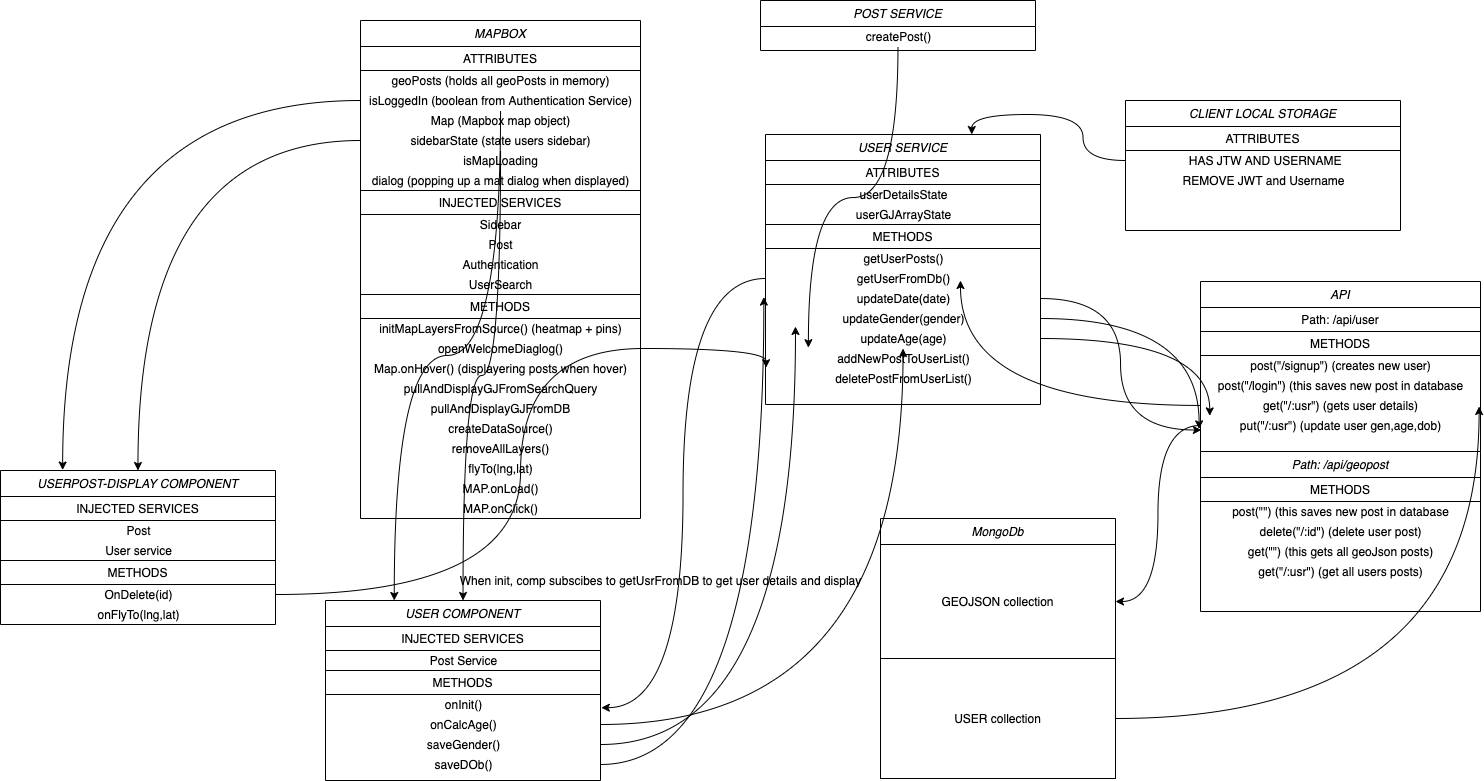
The draw.io diagram supporting_images/user.png in edysfy/Group_website, before a commit. Source tidied: cells renumbered, new cells last; positions are measured from the earlier drawing's top-left corner, leaving out a move shared by most shapes.
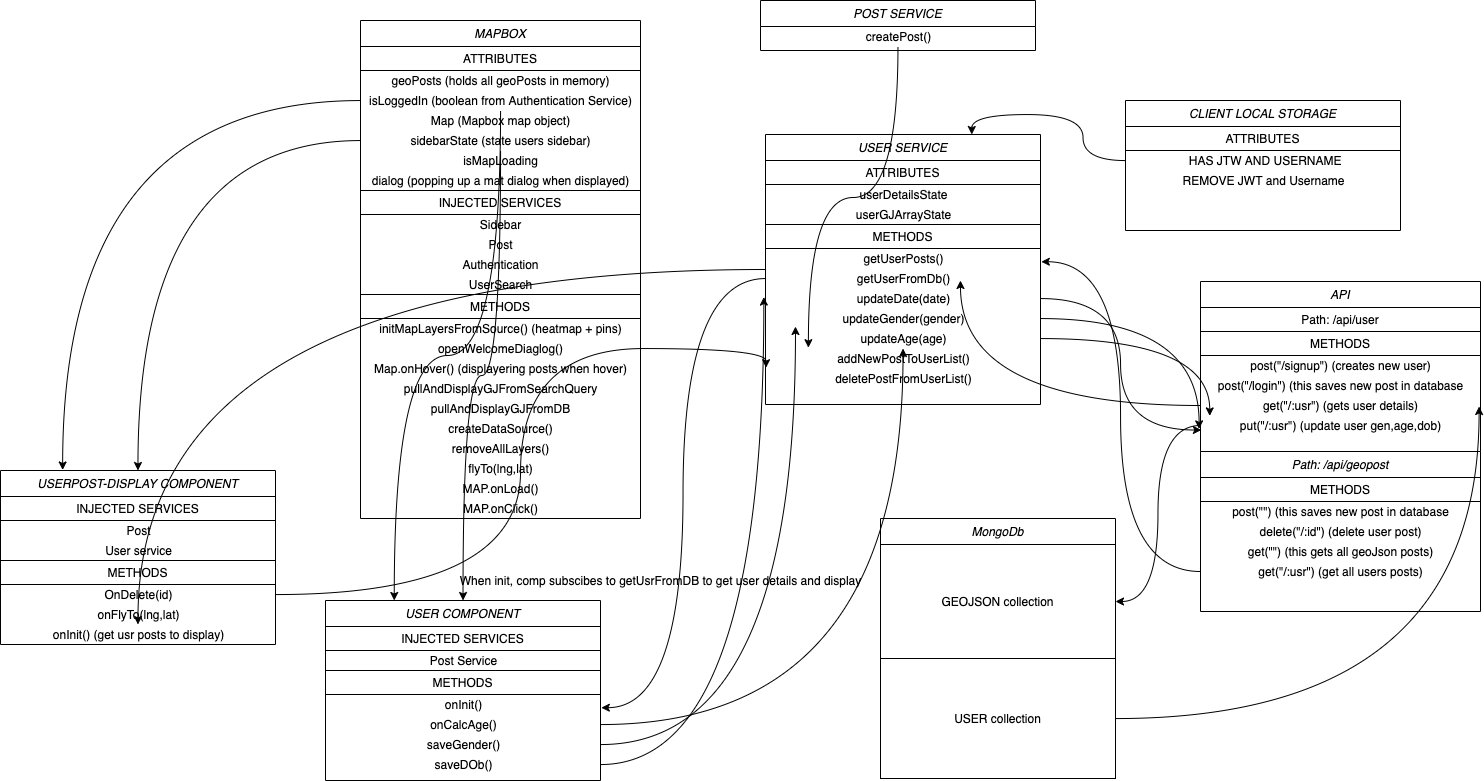
The same file after the commit.

What changed in the source:
```diff
@@ -124,7 +124,7 @@
       <mxGeometry y="154" width="275" height="20" as="geometry" />
     </mxCell>
     <mxCell id="41" value="USERPOST-DISPLAY COMPONENT" style="swimlane;fontStyle=2;align=center;verticalAlign=top;horizontal=1;startSize=26;rounded=0;shadow=0;strokeWidth=1;" parent="1" vertex="1">
-      <mxGeometry y="470" width="275" height="154" as="geometry" />
+      <mxGeometry y="470" width="275" height="174" as="geometry" />
     </mxCell>
     <mxCell id="42" value="INJECTED SERVICES" style="whiteSpace=wrap;html=1;align=center;" parent="41" vertex="1">
       <mxGeometry y="26" width="275" height="24" as="geometry" />
@@ -144,6 +144,9 @@
     <mxCell id="47" value="onFlyTo(lng,lat)" style="text;html=1;align=center;verticalAlign=middle;strokeColor=none;" parent="41" vertex="1">
       <mxGeometry y="134" width="275" height="20" as="geometry" />
     </mxCell>
+    <mxCell id="95" value="onInit() (get usr posts to display)" style="text;html=1;align=center;verticalAlign=middle;points=[];strokeColor=none;" parent="41" vertex="1">
+      <mxGeometry y="154" width="275" height="20" as="geometry" />
+    </mxCell>
     <mxCell id="48" value="API" style="swimlane;fontStyle=2;align=center;verticalAlign=top;horizontal=1;startSize=26;rounded=0;shadow=0;strokeWidth=1;" parent="1" vertex="1">
       <mxGeometry x="1200" y="281" width="280" height="210" as="geometry" />
     </mxCell>
@@ -165,6 +168,9 @@
     <mxCell id="54" value="put(&quot;/:usr&quot;) (update user gen,age,dob)" style="text;html=1;align=center;verticalAlign=middle;points=[];strokeColor=none;" parent="48" vertex="1">
       <mxGeometry y="134" width="280" height="20" as="geometry" />
     </mxCell>
+    <mxCell id="96" style="edgeStyle=orthogonalEdgeStyle;curved=1;rounded=0;jettySize=auto;html=1;" parent="1" edge="1" source="55" target="95">
+      <mxGeometry relative="1" as="geometry" />
+    </mxCell>
     <mxCell id="55" value="USER SERVICE" style="swimlane;fontStyle=2;align=center;verticalAlign=top;horizontal=1;startSize=26;rounded=0;shadow=0;strokeWidth=1;" parent="1" vertex="1">
       <mxGeometry x="765" y="134" width="275" height="270" as="geometry" />
     </mxCell>
@@ -285,5 +291,8 @@
     <mxCell id="94" style="edgeStyle=orthogonalEdgeStyle;curved=1;rounded=0;jettySize=auto;html=1;" parent="1" edge="1" source="7" target="33">
       <mxGeometry relative="1" as="geometry" />
     </mxCell>
+    <mxCell id="97" style="edgeStyle=orthogonalEdgeStyle;curved=1;rounded=0;jettySize=auto;html=1;entryX=1.003;entryY=0.662;entryDx=0;entryDy=0;entryPerimeter=0;" parent="1" edge="1" source="72" target="60">
+      <mxGeometry relative="1" as="geometry" />
+    </mxCell>
   </root>
 </mxGraphModel>
```
